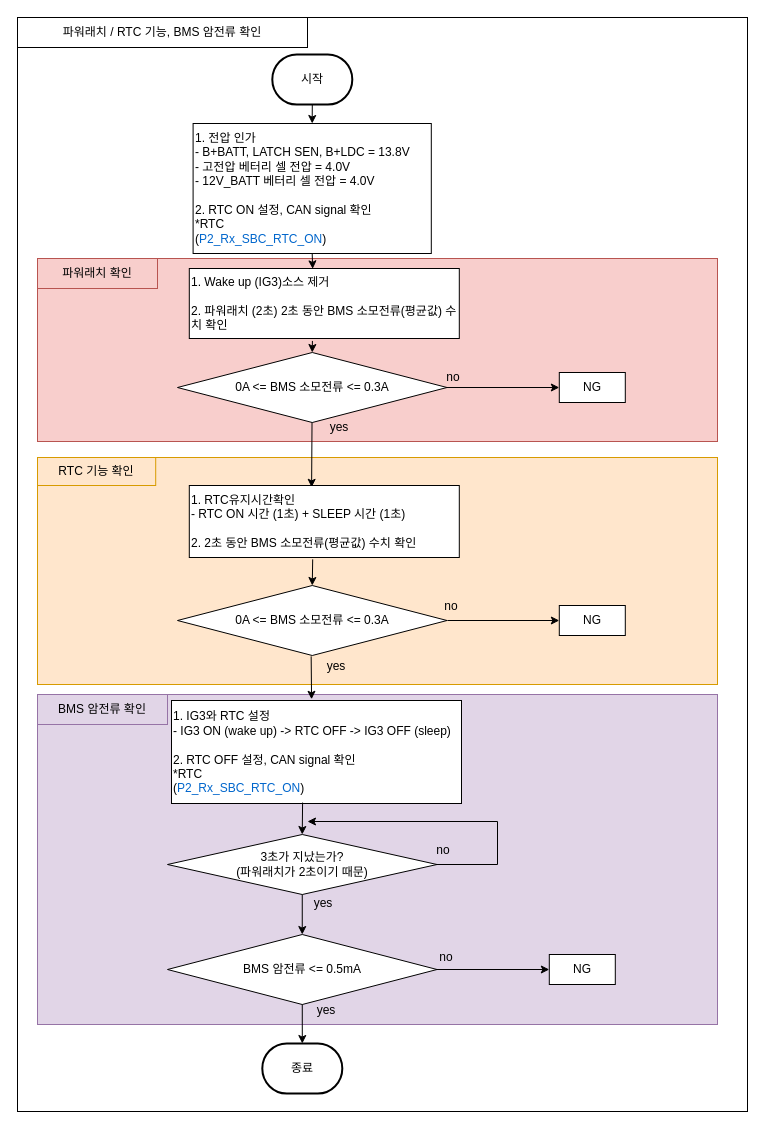
This is 파워래치/rtc 기능 확인 bms 암전류 확인.drawio from chaeyoonl/state-transition-diagram-test, a draw.io file, before an edit. Source tidied: cells renumbered, new cells numbered last; positions are measured from the earlier drawing's top-left corner, leaving out a move shared by most shapes. Both pictures are drawn from the tidied source at 100%, with x=0, y=0 at pixel (17, 17).
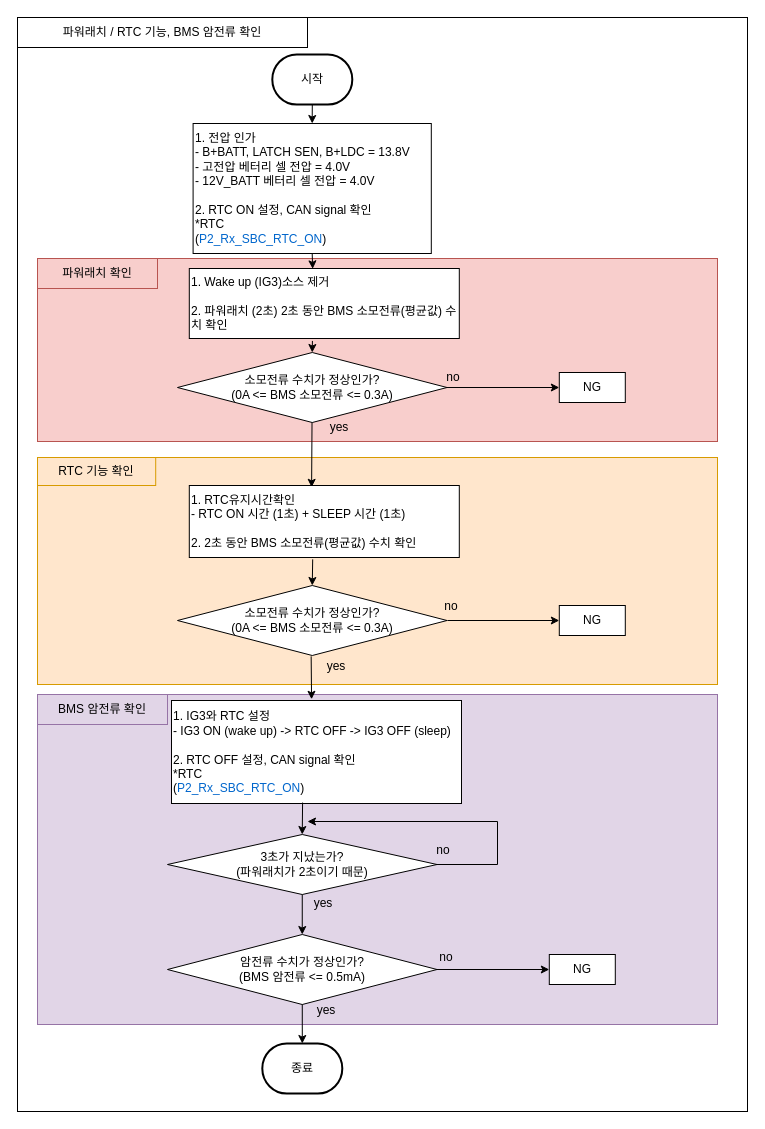
After the change.

Commit message:
rtc 기능 확인 bms 암전류 확인.drawio 업데이트

Change to the diagram source:
```diff
@@
-    <mxCell id="15" value="0A &amp;lt;= BMS 소모전류 &amp;lt;= 0.3A" style="rhombus;whiteSpace=wrap;html=1;" parent="1" vertex="1">
+    <mxCell id="15" value="소모전류 수치가 정상인가?&lt;br&gt;(0A &amp;lt;= BMS 소모전류 &amp;lt;= 0.3A)" style="rhombus;whiteSpace=wrap;html=1;" parent="1" vertex="1">
       <mxGeometry x="160" y="568" width="269.5" height="70" as="geometry" />
     </mxCell>
@@
-    <mxCell id="19" value="0A &amp;lt;= BMS 소모전류 &amp;lt;= 0.3A" style="rhombus;whiteSpace=wrap;html=1;" parent="1" vertex="1">
+    <mxCell id="19" value="소모전류 수치가 정상인가?&lt;br&gt;(0A &amp;lt;= BMS 소모전류 &amp;lt;= 0.3A)" style="rhombus;whiteSpace=wrap;html=1;" parent="1" vertex="1">
       <mxGeometry x="160" y="335" width="269.5" height="70" as="geometry" />
     </mxCell>
@@
-    <mxCell id="32" value="BMS 암전류 &amp;lt;= 0.5mA" style="rhombus;whiteSpace=wrap;html=1;" parent="1" vertex="1">
+    <mxCell id="32" value="암전류 수치가 정상인가?&lt;br&gt;(BMS 암전류 &amp;lt;= 0.5mA)" style="rhombus;whiteSpace=wrap;html=1;" parent="1" vertex="1">
       <mxGeometry x="150" y="917" width="269.5" height="70" as="geometry" />
     </mxCell>
```
